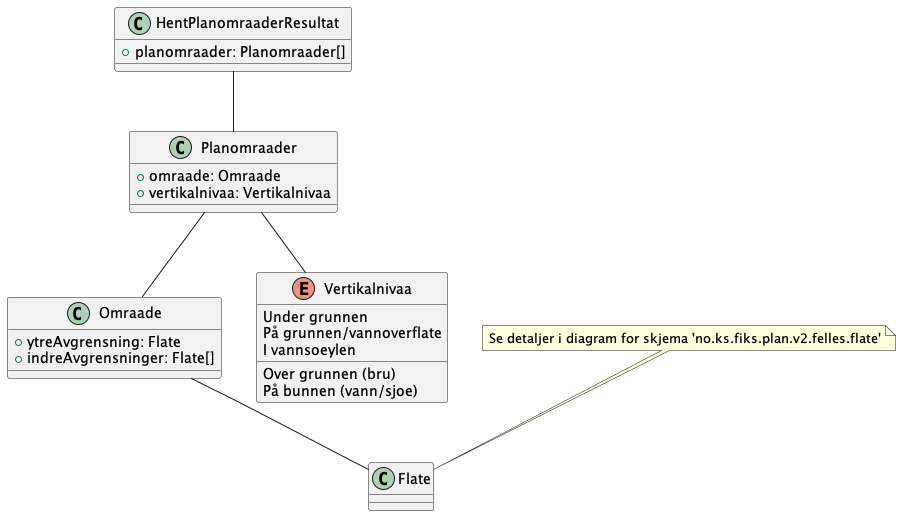
Above: Dokumentasjon/V2/ClassDiagrams/no.ks.fiks.plan.v2.innsyn.planomraader.hent.resultat/planomraader-hent-resultat.png in ks-no/fiks-plan-specification (PlantUML), before the change. The source it was exported from:
```plantuml
@startuml

class HentPlanomraaderResultat {
    +planomraader: Planomraader[]
}

class Planomraader {
    +omraade: Omraade
    +vertikalnivaa: Vertikalnivaa
}

class Omraade {
    +ytreAvgrensning: Flate
    +indreAvgrensninger: Flate[]
}

enum Vertikalnivaa {
    Under grunnen
    På grunnen/vannoverflate
    Over grunnen (bru)
    På bunnen (vann/sjoe)
    I vannsoeylen
}

HentPlanomraaderResultat -- Planomraader
Planomraader -- Omraade
Planomraader -- Vertikalnivaa
Omraade -- Flate

note top of Flate : Se detaljer i diagram for skjema 'no.ks.fiks.plan.v2.felles.flate'

@enduml
```
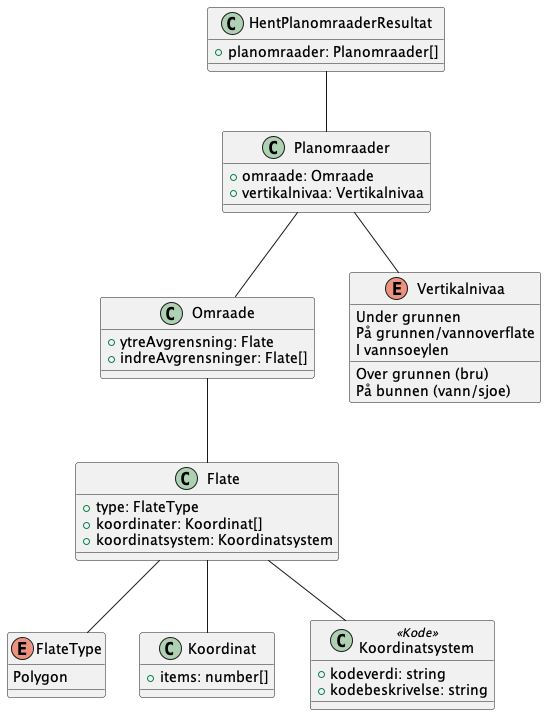
After the change.

What changed in the source:
```diff
@@ -1,4 +1,5 @@
 @startuml
+!include ./../no.ks.fiks.plan.v2.felles.flate/flate.pu
 
 class HentPlanomraaderResultat {
     +planomraader: Planomraader[]
@@ -27,6 +28,4 @@
 Planomraader -- Vertikalnivaa
 Omraade -- Flate
 
-note top of Flate : Se detaljer i diagram for skjema 'no.ks.fiks.plan.v2.felles.flate'
-
 @enduml
```
